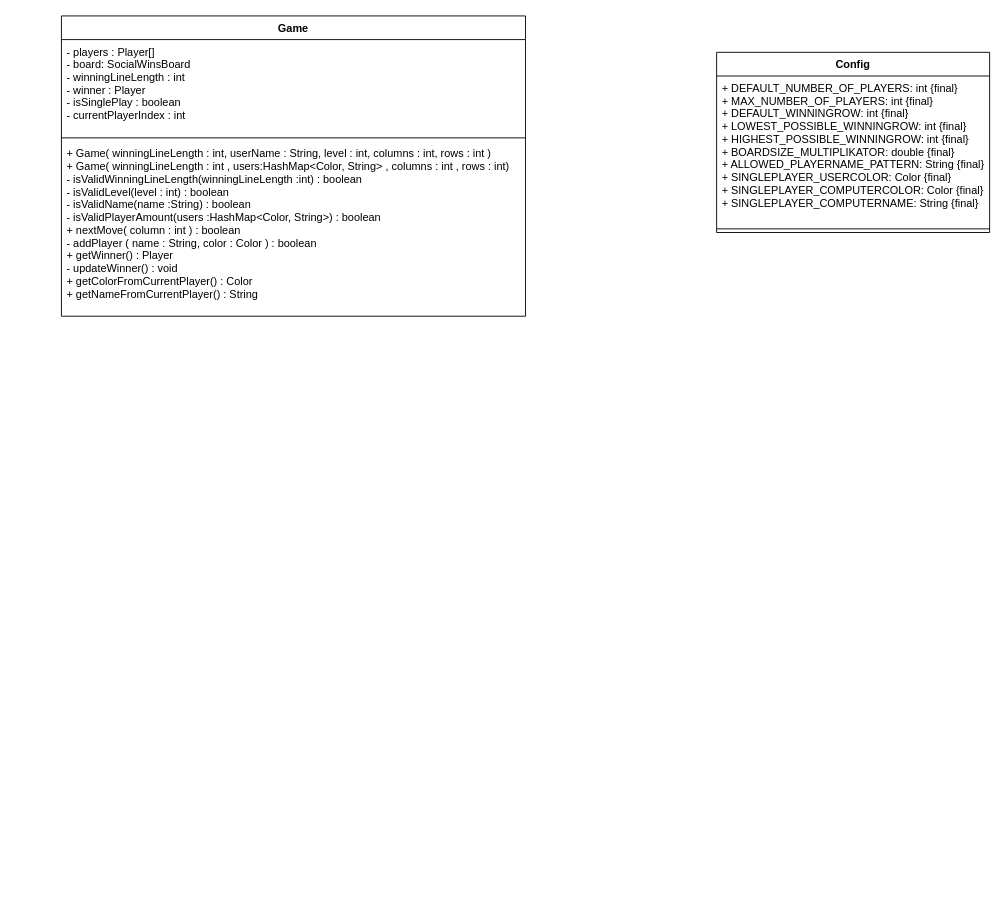
This is Documents/Class Diagramm/class-diagramm.drawio from YvesBraendli/SocialWins_PM2, a draw.io file, before an edit. Source tidied: cells renumbered, new cells numbered last; positions are measured from the earlier drawing's top-left corner, leaving out a move shared by most shapes. Both pictures are drawn from the tidied source at 91%, with x=0, y=0 at pixel (61, 15).
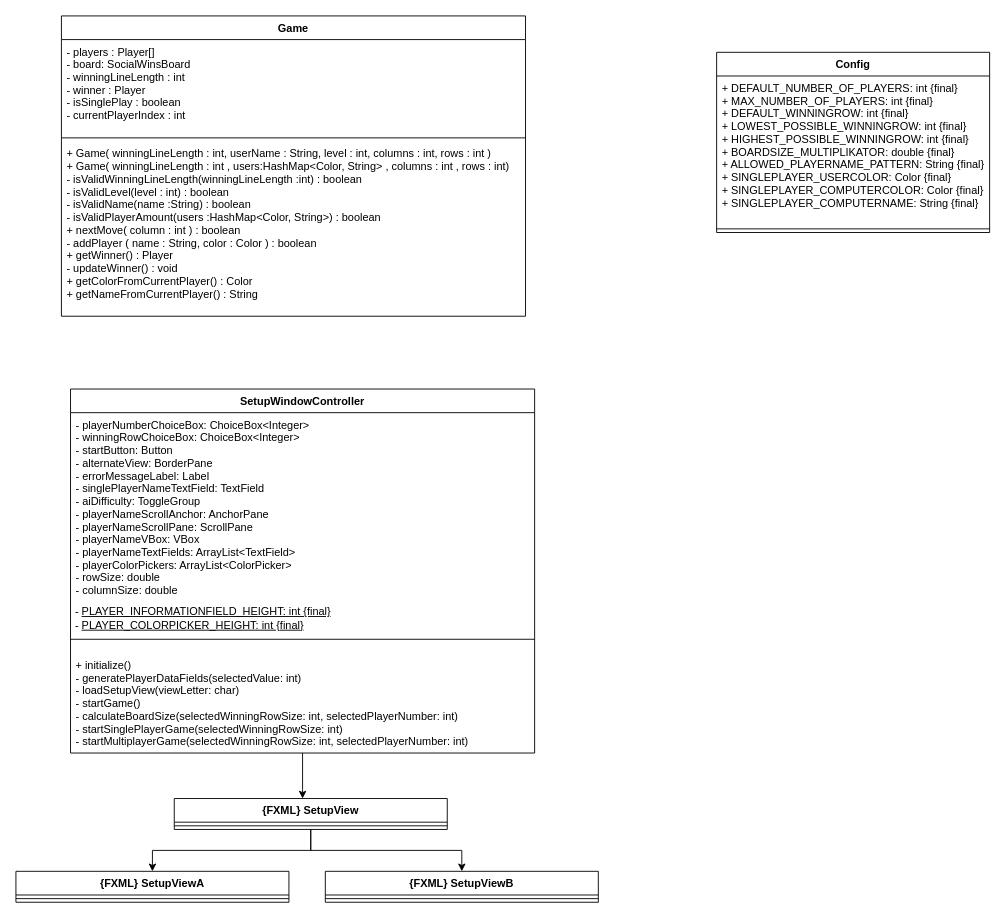
The same page after the edit.

Commit message (it also covers changes not shown here):
Updated class diagramm, fixed cleancode issue in SetupWindowController

What changed in the source:
```diff
@@
+    <mxCell id="9" style="edgeStyle=orthogonalEdgeStyle;rounded=0;jettySize=auto;html=1;" parent="1" edge="1" source="10" target="17">
+      <mxGeometry relative="1" as="geometry">
+        <Array as="points">
+          <mxPoint x="265" y="850" />
+          <mxPoint x="265" y="850" />
+        </Array>
+      </mxGeometry>
+    </mxCell>
+    <mxCell id="10" value="SetupWindowController" style="swimlane;fontStyle=1;align=center;verticalAlign=top;horizontal=1;startSize=26;" parent="1" vertex="1">
+      <mxGeometry x="10" y="410" width="510" height="400" as="geometry" />
+    </mxCell>
+    <mxCell id="11" value="- playerNumberChoiceBox: ChoiceBox&lt;Integer&gt;&#10;- winningRowChoiceBox: ChoiceBox&lt;Integer&gt;&#10;- startButton: Button&#10;- alternateView: BorderPane&#10;- errorMessageLabel: Label&#10;- singlePlayerNameTextField: TextField&#10;- aiDifficulty: ToggleGroup&#10;- playerNameScrollAnchor: AnchorPane&#10;- playerNameScrollPane: ScrollPane&#10;- playerNameVBox: VBox&#10;- playerNameTextFields: ArrayList&lt;TextField&gt;&#10;- playerColorPickers: ArrayList&lt;ColorPicker&gt;&#10;- rowSize: double&#10;- columnSize: double" style="text;strokeColor=none;fillColor=none;align=left;verticalAlign=top;spacingLeft=4;spacingRight=4;overflow=hidden;" parent="10" vertex="1">
+      <mxGeometry y="26" width="510" height="204" as="geometry" />
+    </mxCell>
+    <mxCell id="12" value="&amp;nbsp;&lt;div align=&quot;left&quot;&gt;&amp;nbsp;- &lt;u&gt;PLAYER_INFORMATIONFIELD_HEIGHT: int {final}&lt;/u&gt; &lt;br&gt;&lt;/div&gt;&lt;div align=&quot;left&quot;&gt;&amp;nbsp;- &lt;u&gt;PLAYER_COLORPICKER_HEIGHT: int {final}&lt;/u&gt;&lt;/div&gt;" style="text;html=1;strokeColor=none;fillColor=none;align=left;verticalAlign=middle;whiteSpace=wrap;rounded=0;" parent="10" vertex="1">
+      <mxGeometry y="230" width="510" height="30" as="geometry" />
+    </mxCell>
+    <mxCell id="13" style="line;strokeWidth=1;fillColor=none;align=left;verticalAlign=middle;spacingTop=-1;spacingLeft=3;spacingRight=3;labelPosition=right;" parent="10" vertex="1">
+      <mxGeometry y="260" width="510" height="30" as="geometry" />
+    </mxCell>
+    <mxCell id="14" value="+ initialize()&#10;- generatePlayerDataFields(selectedValue: int)&#10;- loadSetupView(viewLetter: char)&#10;- startGame()&#10;- calculateBoardSize(selectedWinningRowSize: int, selectedPlayerNumber: int)&#10;- startSinglePlayerGame(selectedWinningRowSize: int)&#10;- startMultiplayerGame(selectedWinningRowSize: int, selectedPlayerNumber: int)&#10;&#10;" style="text;strokeColor=none;fillColor=none;align=left;verticalAlign=top;spacingLeft=4;spacingRight=4;overflow=hidden;" parent="10" vertex="1">
+      <mxGeometry y="290" width="510" height="110" as="geometry" />
+    </mxCell>
+    <mxCell id="15" style="edgeStyle=orthogonalEdgeStyle;rounded=0;jettySize=auto;html=1;exitX=0.5;exitY=1;exitDx=0;exitDy=0;" parent="1" edge="1" source="17" target="19">
+      <mxGeometry relative="1" as="geometry" />
+    </mxCell>
+    <mxCell id="16" style="edgeStyle=orthogonalEdgeStyle;rounded=0;jettySize=auto;html=1;exitX=0.5;exitY=1;exitDx=0;exitDy=0;entryX=0.5;entryY=0;entryDx=0;entryDy=0;" parent="1" edge="1" source="17" target="21">
+      <mxGeometry relative="1" as="geometry" />
+    </mxCell>
+    <mxCell id="17" value="{FXML} SetupView" style="swimlane;fontStyle=1;align=center;verticalAlign=top;horizontal=1;startSize=26;" parent="1" vertex="1">
+      <mxGeometry x="124" y="860" width="300" height="34" as="geometry" />
+    </mxCell>
+    <mxCell id="18" style="line;strokeWidth=1;fillColor=none;align=left;verticalAlign=middle;spacingTop=-1;spacingLeft=3;spacingRight=3;labelPosition=right;" parent="17" vertex="1">
+      <mxGeometry y="26" width="300" height="8" as="geometry" />
+    </mxCell>
+    <mxCell id="19" value="{FXML} SetupViewA" style="swimlane;fontStyle=1;align=center;verticalAlign=top;horizontal=1;startSize=26;" parent="1" vertex="1">
+      <mxGeometry x="-50" y="940" width="300" height="34" as="geometry" />
+    </mxCell>
+    <mxCell id="20" style="line;strokeWidth=1;fillColor=none;align=left;verticalAlign=middle;spacingTop=-1;spacingLeft=3;spacingRight=3;labelPosition=right;" parent="19" vertex="1">
+      <mxGeometry y="26" width="300" height="8" as="geometry" />
+    </mxCell>
+    <mxCell id="21" value="{FXML} SetupViewB" style="swimlane;fontStyle=1;align=center;verticalAlign=top;horizontal=1;startSize=26;" parent="1" vertex="1">
+      <mxGeometry x="290" y="940" width="300" height="34" as="geometry" />
+    </mxCell>
+    <mxCell id="22" style="line;strokeWidth=1;fillColor=none;align=left;verticalAlign=middle;spacingTop=-1;spacingLeft=3;spacingRight=3;labelPosition=right;" parent="21" vertex="1">
+      <mxGeometry y="26" width="300" height="8" as="geometry" />
+    </mxCell>
```
